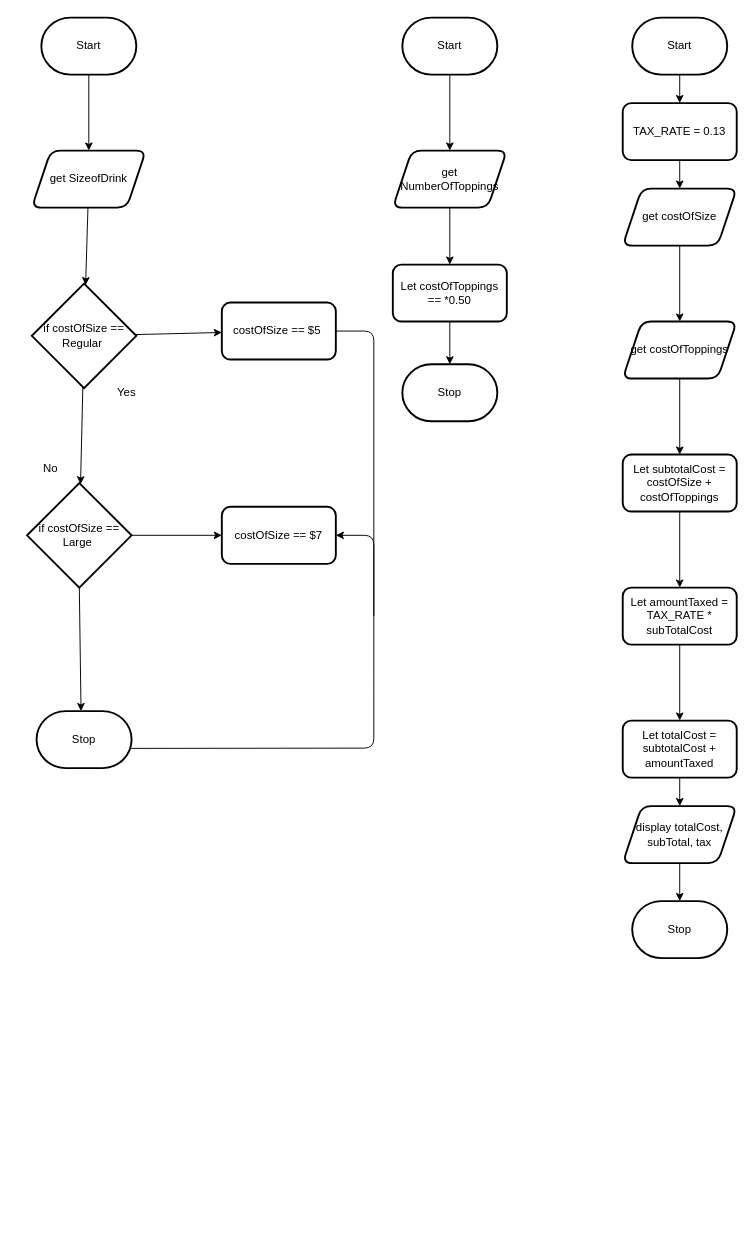
Earlier version of the draw.io diagram design/flowchart.drawio (MTHS-ICD2O-1-2024/ICD2O-Assignment-04-catherine-vu-09). Source tidied: cells renumbered, new cells numbered last; positions are measured from the earlier drawing's top-left corner, leaving out a move shared by most shapes. Both pictures are drawn from the tidied source at 95%, with x=0, y=0 at pixel (22, 17).
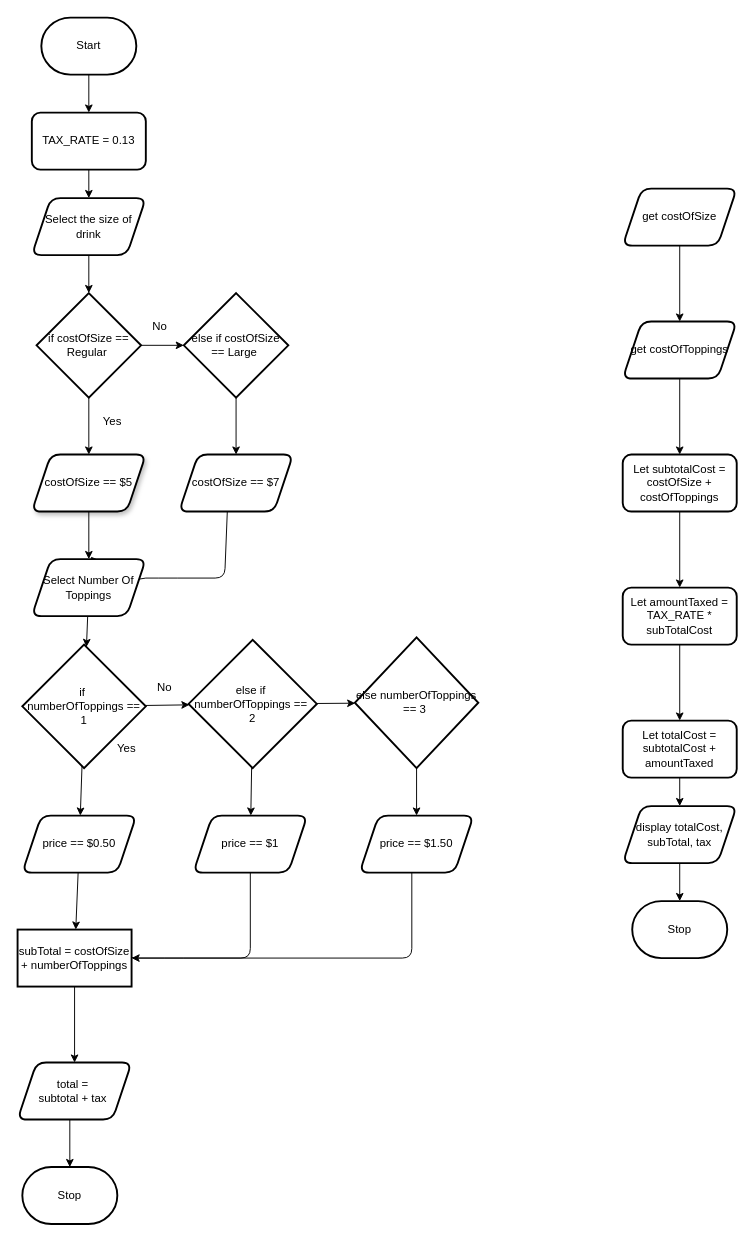
Above is the later version.

Unchanged cells that the change refers to:
```xml
<mxCell id="4" value="Start" style="strokeWidth=2;html=1;shape=mxgraph.flowchart.terminator;whiteSpace=wrap;" parent="1" vertex="1">
  <mxGeometry x="20" width="100" height="60" as="geometry" />
</mxCell>
<mxCell id="31" value="get costOfSize" style="shape=parallelogram;perimeter=parallelogramPerimeter;whiteSpace=wrap;html=1;fixedSize=1;rounded=1;strokeWidth=2;" parent="1" vertex="1">
  <mxGeometry x="632" y="180" width="120" height="60" as="geometry" />
</mxCell>
```

Diff of the diagram source:
```diff
@@
-    <mxCell id="2" style="edgeStyle=none;html=1;strokeColor=default;" parent="1" edge="1" target="12">
-      <mxGeometry relative="1" as="geometry">
-        <mxPoint x="370" y="630" as="sourcePoint" />
-        <Array as="points">
-          <mxPoint x="370" y="330" />
-          <mxPoint x="320" y="330" />
-        </Array>
-      </mxGeometry>
-    </mxCell>
-    <mxCell id="3" style="edgeStyle=none;html=1;" parent="1" edge="1" source="4" target="6">
-      <mxGeometry relative="1" as="geometry" />
-    </mxCell>
+    <mxCell id="43" style="edgeStyle=none;html=1;entryX=0.575;entryY=-0.043;entryDx=0;entryDy=0;entryPerimeter=0;exitX=0.424;exitY=0.952;exitDx=0;exitDy=0;exitPerimeter=0;" parent="1" edge="1" source="16">
+      <mxGeometry relative="1" as="geometry">
+        <mxPoint x="72" y="567.4" as="targetPoint" />
+        <Array as="points">
+          <mxPoint x="213" y="590" />
+          <mxPoint x="153" y="590" />
+          <mxPoint x="120" y="590" />
+          <mxPoint x="93" y="610" />
+          <mxPoint x="83" y="580" />
+        </Array>
+      </mxGeometry>
+    </mxCell>
+    <mxCell id="44" style="edgeStyle=none;html=1;" parent="1" edge="1" source="4" target="29">
+      <mxGeometry relative="1" as="geometry" />
+    </mxCell>
@@
-    <mxCell id="5" style="edgeStyle=none;html=1;" parent="1" edge="1" source="6" target="9">
-      <mxGeometry relative="1" as="geometry" />
-    </mxCell>
-    <mxCell id="6" value="get SizeofDrink" style="shape=parallelogram;perimeter=parallelogramPerimeter;whiteSpace=wrap;html=1;fixedSize=1;strokeWidth=2;rounded=1;" parent="1" vertex="1">
-      <mxGeometry x="10" y="140" width="120" height="60" as="geometry" />
-    </mxCell>
@@
     <mxCell id="9" value="if costOfSize == Regular&amp;nbsp;" style="rhombus;whiteSpace=wrap;html=1;strokeWidth=2;rounded=0;" parent="1" vertex="1">
-      <mxGeometry x="10" y="280" width="110" height="110" as="geometry" />
+      <mxGeometry x="15" y="290" width="110" height="110" as="geometry" />
     </mxCell>
     <mxCell id="10" value="Yes" style="text;strokeColor=none;align=center;fillColor=none;html=1;verticalAlign=middle;whiteSpace=wrap;rounded=0;" parent="1" vertex="1">
-      <mxGeometry x="80" y="380" width="60" height="30" as="geometry" />
+      <mxGeometry x="65" y="410" width="60" height="30" as="geometry" />
     </mxCell>
-    <mxCell id="11" value="No" style="text;strokeColor=none;align=center;fillColor=none;html=1;verticalAlign=middle;whiteSpace=wrap;rounded=0;" parent="1" vertex="1">
-      <mxGeometry y="460" width="60" height="30" as="geometry" />
-    </mxCell>
-    <mxCell id="12" value="costOfSize == $5&amp;nbsp;" style="whiteSpace=wrap;html=1;strokeWidth=2;rounded=1;" parent="1" vertex="1">
-      <mxGeometry x="210" y="300" width="120" height="60" as="geometry" />
-    </mxCell>
@@
-    <mxCell id="14" style="edgeStyle=none;html=1;exitX=0.5;exitY=1;exitDx=0;exitDy=0;" parent="1" edge="1" source="15">
-      <mxGeometry relative="1" as="geometry">
-        <mxPoint x="61.8" y="730" as="targetPoint" />
-        <Array as="points">
-          <mxPoint x="61.8" y="730" />
-        </Array>
-      </mxGeometry>
-    </mxCell>
-    <mxCell id="15" value="if costOfSize == Large&amp;nbsp;" style="rhombus;whiteSpace=wrap;html=1;strokeWidth=2;rounded=0;" parent="1" vertex="1">
-      <mxGeometry x="5" y="490" width="110" height="110" as="geometry" />
+    <mxCell id="15" value="else if costOfSize == Large&amp;nbsp;" style="rhombus;whiteSpace=wrap;html=1;strokeWidth=2;rounded=0;" parent="1" vertex="1">
+      <mxGeometry x="170" y="290" width="110" height="110" as="geometry" />
     </mxCell>
-    <mxCell id="16" value="costOfSize == $7" style="rounded=1;whiteSpace=wrap;html=1;strokeWidth=2;" parent="1" vertex="1">
-      <mxGeometry x="210" y="515" width="120" height="60" as="geometry" />
-    </mxCell>
-    <mxCell id="17" style="edgeStyle=none;html=1;" parent="1" edge="1" target="16">
-      <mxGeometry relative="1" as="geometry">
-        <mxPoint x="100" y="769.3" as="sourcePoint" />
-        <Array as="points">
-          <mxPoint x="370" y="769" />
-          <mxPoint x="370" y="700" />
-          <mxPoint x="370" y="620" />
-          <mxPoint x="370" y="545" />
-        </Array>
-      </mxGeometry>
-    </mxCell>
     <mxCell id="18" value="Stop" style="strokeWidth=2;html=1;shape=mxgraph.flowchart.terminator;whiteSpace=wrap;" parent="1" vertex="1">
-      <mxGeometry x="15" y="730" width="100" height="60" as="geometry" />
+      <mxGeometry y="1210" width="100" height="60" as="geometry" />
     </mxCell>
-    <mxCell id="19" style="edgeStyle=none;html=1;" parent="1" edge="1" source="20" target="22">
-      <mxGeometry relative="1" as="geometry" />
-    </mxCell>
-    <mxCell id="20" value="Start" style="strokeWidth=2;html=1;shape=mxgraph.flowchart.terminator;whiteSpace=wrap;" parent="1" vertex="1">
-      <mxGeometry x="400" width="100" height="60" as="geometry" />
-    </mxCell>
-    <mxCell id="21" style="edgeStyle=none;html=1;" parent="1" edge="1" source="22" target="24">
-      <mxGeometry relative="1" as="geometry" />
-    </mxCell>
+    <mxCell id="45" style="edgeStyle=none;html=1;" parent="1" edge="1" source="22" target="53">
+      <mxGeometry relative="1" as="geometry" />
+    </mxCell>
-    <mxCell id="22" value="get NumberOfToppings" style="shape=parallelogram;perimeter=parallelogramPerimeter;whiteSpace=wrap;html=1;fixedSize=1;strokeWidth=2;rounded=1;" parent="1" vertex="1">
-      <mxGeometry x="390" y="140" width="120" height="60" as="geometry" />
+    <mxCell id="22" value="Select Number Of Toppings" style="shape=parallelogram;perimeter=parallelogramPerimeter;whiteSpace=wrap;html=1;fixedSize=1;strokeWidth=2;rounded=1;" parent="1" vertex="1">
+      <mxGeometry x="10" y="570" width="120" height="60" as="geometry" />
     </mxCell>
-    <mxCell id="23" style="edgeStyle=none;html=1;" parent="1" edge="1" source="24" target="25">
-      <mxGeometry relative="1" as="geometry" />
-    </mxCell>
-    <mxCell id="24" value="Let costOfToppings == *0.50" style="rounded=1;whiteSpace=wrap;html=1;strokeWidth=2;" parent="1" vertex="1">
-      <mxGeometry x="390" y="260" width="120" height="60" as="geometry" />
-    </mxCell>
-    <mxCell id="25" value="Stop" style="strokeWidth=2;html=1;shape=mxgraph.flowchart.terminator;whiteSpace=wrap;" parent="1" vertex="1">
-      <mxGeometry x="400" y="365" width="100" height="60" as="geometry" />
-    </mxCell>
-    <mxCell id="26" style="edgeStyle=none;html=1;" parent="1" edge="1" source="27" target="29">
-      <mxGeometry relative="1" as="geometry" />
-    </mxCell>
-    <mxCell id="27" value="Start" style="strokeWidth=2;html=1;shape=mxgraph.flowchart.terminator;whiteSpace=wrap;" parent="1" vertex="1">
-      <mxGeometry x="642" width="100" height="60" as="geometry" />
-    </mxCell>
-    <mxCell id="28" style="edgeStyle=none;html=1;" parent="1" edge="1" source="29" target="31">
-      <mxGeometry relative="1" as="geometry" />
-    </mxCell>
+    <mxCell id="46" style="edgeStyle=none;html=1;" parent="1" edge="1" source="29" target="48">
+      <mxGeometry relative="1" as="geometry" />
+    </mxCell>
     <mxCell id="29" value="TAX_RATE = 0.13" style="rounded=1;whiteSpace=wrap;html=1;strokeWidth=2;" parent="1" vertex="1">
-      <mxGeometry x="632" y="90" width="120" height="60" as="geometry" />
+      <mxGeometry x="10" y="100" width="120" height="60" as="geometry" />
     </mxCell>
@@
+    <mxCell id="47" style="edgeStyle=none;html=1;" parent="1" edge="1" source="48" target="9">
+      <mxGeometry relative="1" as="geometry" />
+    </mxCell>
+    <mxCell id="48" value="Select the size of drink" style="shape=parallelogram;perimeter=parallelogramPerimeter;whiteSpace=wrap;html=1;fixedSize=1;rounded=1;strokeWidth=2;" parent="1" vertex="1">
+      <mxGeometry x="10" y="190" width="120" height="60" as="geometry" />
+    </mxCell>
+    <mxCell id="49" style="edgeStyle=none;html=1;" parent="1" edge="1" source="12" target="22">
+      <mxGeometry relative="1" as="geometry" />
+    </mxCell>
+    <mxCell id="12" value="costOfSize == $5" style="shape=parallelogram;perimeter=parallelogramPerimeter;whiteSpace=wrap;html=1;fixedSize=1;strokeWidth=2;rounded=1;shadow=1;" parent="1" vertex="1">
+      <mxGeometry x="10" y="460" width="120" height="60" as="geometry" />
+    </mxCell>
+    <mxCell id="16" value="costOfSize == $7" style="shape=parallelogram;perimeter=parallelogramPerimeter;whiteSpace=wrap;html=1;fixedSize=1;strokeWidth=2;rounded=1;" parent="1" vertex="1">
+      <mxGeometry x="165" y="460" width="120" height="60" as="geometry" />
+    </mxCell>
+    <mxCell id="50" value="No" style="text;strokeColor=none;align=center;fillColor=none;html=1;verticalAlign=middle;whiteSpace=wrap;rounded=0;" parent="1" vertex="1">
+      <mxGeometry x="115" y="310" width="60" height="30" as="geometry" />
+    </mxCell>
+    <mxCell id="51" style="edgeStyle=none;html=1;" parent="1" edge="1" source="53" target="57">
+      <mxGeometry relative="1" as="geometry" />
+    </mxCell>
+    <mxCell id="52" style="edgeStyle=none;html=1;" parent="1" edge="1" source="53" target="62">
+      <mxGeometry relative="1" as="geometry" />
+    </mxCell>
+    <mxCell id="53" value="if&amp;nbsp;&lt;div&gt;numberOfToppings == 1&lt;/div&gt;" style="rhombus;whiteSpace=wrap;html=1;strokeWidth=2;rounded=0;shadow=0;" parent="1" vertex="1">
+      <mxGeometry y="660" width="130" height="130" as="geometry" />
+    </mxCell>
+    <mxCell id="54" value="Yes" style="text;strokeColor=none;align=center;fillColor=none;html=1;verticalAlign=middle;whiteSpace=wrap;rounded=0;" parent="1" vertex="1">
+      <mxGeometry x="80" y="755" width="60" height="30" as="geometry" />
+    </mxCell>
+    <mxCell id="55" style="edgeStyle=none;html=1;" parent="1" edge="1" source="57" target="60">
+      <mxGeometry relative="1" as="geometry" />
+    </mxCell>
+    <mxCell id="56" style="edgeStyle=none;html=1;" parent="1" edge="1" source="57" target="64">
+      <mxGeometry relative="1" as="geometry" />
+    </mxCell>
+    <mxCell id="57" value="else if&amp;nbsp;&lt;div&gt;numberOfToppings ==&amp;nbsp;&lt;/div&gt;&lt;div&gt;2&lt;/div&gt;" style="rhombus;whiteSpace=wrap;html=1;strokeWidth=2;rounded=0;shadow=0;" parent="1" vertex="1">
+      <mxGeometry x="175" y="655" width="135" height="135" as="geometry" />
+    </mxCell>
+    <mxCell id="58" value="No" style="text;strokeColor=none;align=center;fillColor=none;html=1;verticalAlign=middle;whiteSpace=wrap;rounded=0;" parent="1" vertex="1">
+      <mxGeometry x="120" y="690" width="60" height="30" as="geometry" />
+    </mxCell>
+    <mxCell id="59" style="edgeStyle=none;html=1;" parent="1" edge="1" source="60" target="66">
+      <mxGeometry relative="1" as="geometry" />
+    </mxCell>
+    <mxCell id="60" value="else numberOfToppings == 3&amp;nbsp;" style="rhombus;whiteSpace=wrap;html=1;strokeWidth=2;rounded=0;shadow=0;" parent="1" vertex="1">
+      <mxGeometry x="350" y="652.5" width="130" height="137.5" as="geometry" />
+    </mxCell>
+    <mxCell id="61" style="edgeStyle=none;html=1;" parent="1" edge="1" source="62" target="68">
+      <mxGeometry relative="1" as="geometry" />
+    </mxCell>
+    <mxCell id="62" value="price == $0.50" style="shape=parallelogram;perimeter=parallelogramPerimeter;whiteSpace=wrap;html=1;fixedSize=1;strokeWidth=2;rounded=1;shadow=0;" parent="1" vertex="1">
+      <mxGeometry y="840" width="120" height="60" as="geometry" />
+    </mxCell>
+    <mxCell id="63" style="edgeStyle=none;html=1;entryX=0.845;entryY=0.063;entryDx=0;entryDy=0;entryPerimeter=0;" parent="1" edge="1" source="64" target="68">
+      <mxGeometry relative="1" as="geometry">
+        <Array as="points">
+          <mxPoint x="240" y="990" />
+          <mxPoint x="160" y="990" />
+          <mxPoint x="110" y="990" />
+        </Array>
+      </mxGeometry>
+    </mxCell>
+    <mxCell id="64" value="price == $1" style="shape=parallelogram;perimeter=parallelogramPerimeter;whiteSpace=wrap;html=1;fixedSize=1;strokeWidth=2;rounded=1;shadow=0;" parent="1" vertex="1">
+      <mxGeometry x="180" y="840" width="120" height="60" as="geometry" />
+    </mxCell>
+    <mxCell id="65" style="edgeStyle=none;html=1;entryX=1;entryY=0.5;entryDx=0;entryDy=0;exitX=0.5;exitY=1;exitDx=0;exitDy=0;" parent="1" edge="1">
+      <mxGeometry relative="1" as="geometry">
+        <mxPoint x="410" y="900" as="sourcePoint" />
+        <mxPoint x="115" y="990" as="targetPoint" />
+        <Array as="points">
+          <mxPoint x="410" y="990" />
+        </Array>
+      </mxGeometry>
+    </mxCell>
+    <mxCell id="66" value="price == $1.50" style="shape=parallelogram;perimeter=parallelogramPerimeter;whiteSpace=wrap;html=1;fixedSize=1;strokeWidth=2;rounded=1;shadow=0;" parent="1" vertex="1">
+      <mxGeometry x="355" y="840" width="120" height="60" as="geometry" />
+    </mxCell>
+    <mxCell id="67" style="edgeStyle=none;html=1;" parent="1" edge="1" source="68" target="70">
+      <mxGeometry relative="1" as="geometry" />
+    </mxCell>
+    <mxCell id="68" value="subTotal = costOfSize + numberOfToppings" style="whiteSpace=wrap;html=1;strokeWidth=2;rounded=0;shadow=0;" parent="1" vertex="1">
+      <mxGeometry x="-5" y="960" width="120" height="60" as="geometry" />
+    </mxCell>
+    <mxCell id="69" style="edgeStyle=none;html=1;" parent="1" edge="1" target="18">
+      <mxGeometry relative="1" as="geometry">
+        <mxPoint x="50" y="1150" as="sourcePoint" />
+      </mxGeometry>
+    </mxCell>
+    <mxCell id="70" value="total =&amp;nbsp;&lt;div&gt;subtotal + tax&amp;nbsp;&lt;/div&gt;" style="shape=parallelogram;perimeter=parallelogramPerimeter;whiteSpace=wrap;html=1;fixedSize=1;strokeWidth=2;rounded=1;shadow=0;" parent="1" vertex="1">
+      <mxGeometry x="-5" y="1100" width="120" height="60" as="geometry" />
+    </mxCell>
```
